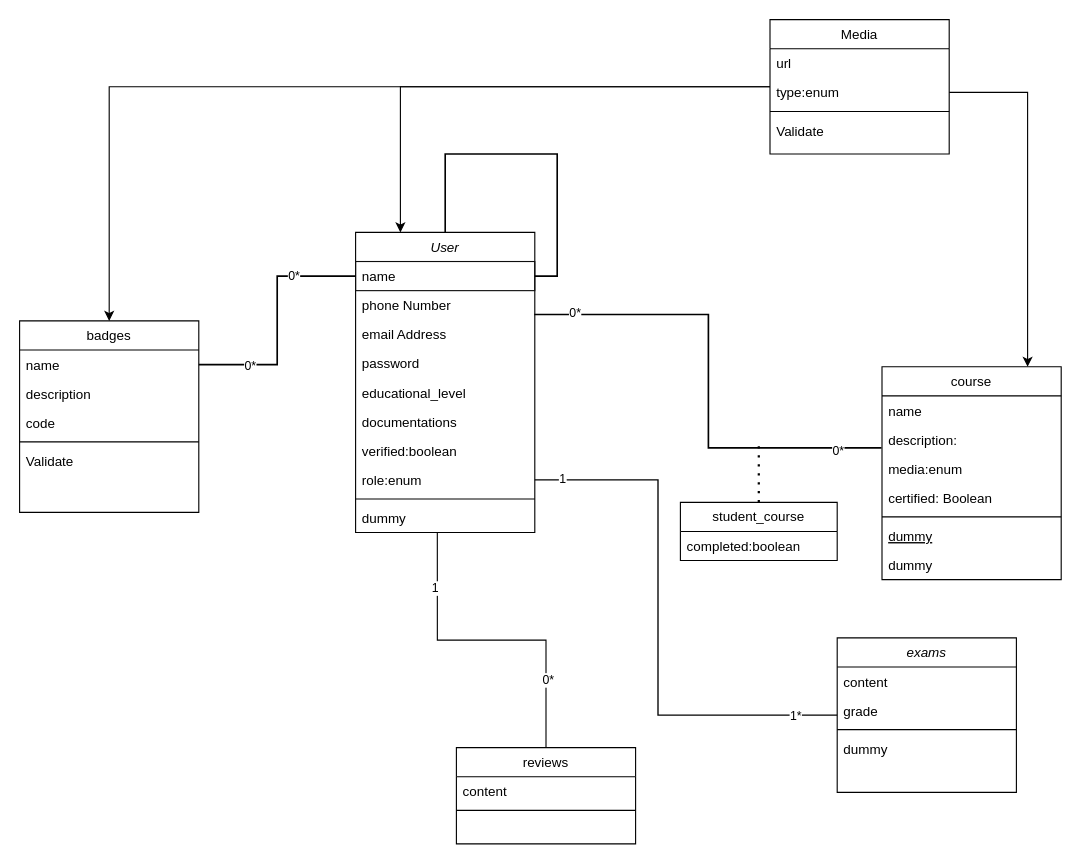
Above: class.drawio in OUMAIMAtakrour/LEARN_WITH_ME_SERVERSIDE (draw.io), before the change. Source tidied: cells renumbered, new cells numbered last; positions are measured from the earlier drawing's top-left corner, leaving out a move shared by most shapes. Both pictures are drawn from the tidied source at 112%, with x=0, y=0 at pixel (19, 19).
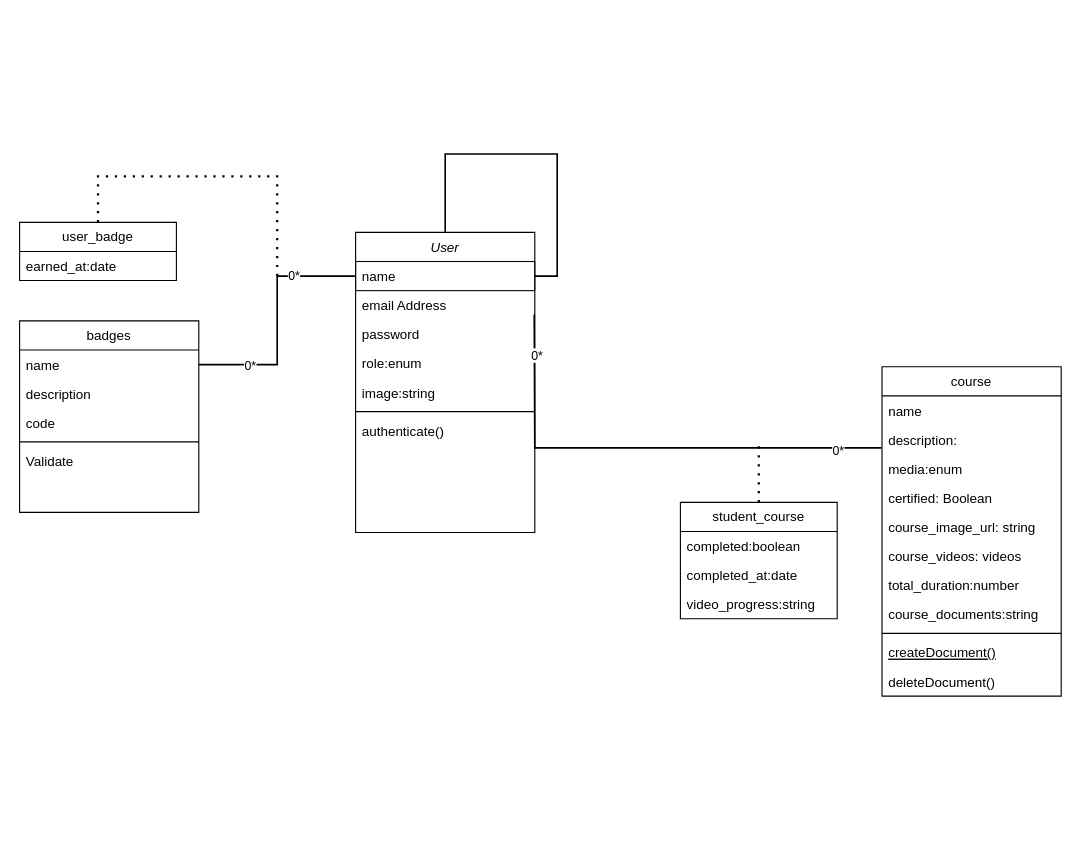
After the change.

The change refers to these unchanged cells:
```xml
<mxCell id="2" value="User" style="swimlane;fontStyle=2;align=center;verticalAlign=top;horizontal=1;startSize=26;rounded=0;shadow=0;strokeWidth=1;strokeColor=#000000;" parent="1" vertex="1">
  <mxGeometry x="300" y="190" width="160" height="268" as="geometry" />
</mxCell>
<mxCell id="16" value="description:" style="text;align=left;verticalAlign=top;spacingLeft=4;spacingRight=4;overflow=hidden;points=[[0,0.5],[1,0.5]];portConstraint=eastwest;" parent="14" vertex="1">
  <mxGeometry y="52" width="160" height="26" as="geometry" />
</mxCell>
<mxCell id="25" value="badges" style="swimlane;fontStyle=0;align=center;verticalAlign=top;horizontal=1;startSize=26;rounded=0;shadow=0;strokeWidth=1;" parent="1" vertex="1">
  <mxGeometry y="269" width="160" height="171" as="geometry" />
</mxCell>
```

Change to the diagram source:
```diff
@@
-    <mxCell id="5" value="phone Number" style="text;align=left;verticalAlign=top;spacingLeft=4;spacingRight=4;overflow=hidden;points=[[0,0.5],[1,0.5]];portConstraint=eastwest;rounded=0;shadow=0;html=0;" parent="2" vertex="1">
-      <mxGeometry y="52" width="160" height="26" as="geometry" />
-    </mxCell>
     <mxCell id="6" value="email Address" style="text;align=left;verticalAlign=top;spacingLeft=4;spacingRight=4;overflow=hidden;rounded=0;shadow=0;html=0;" parent="2" vertex="1">
-      <mxGeometry y="78" width="160" height="26" as="geometry" />
+      <mxGeometry y="52" width="160" height="26" as="geometry" />
     </mxCell>
     <mxCell id="7" value="password" style="text;align=left;verticalAlign=top;spacingLeft=4;spacingRight=4;overflow=hidden;rounded=0;shadow=0;html=0;" parent="2" vertex="1">
-      <mxGeometry y="104" width="160" height="26" as="geometry" />
+      <mxGeometry y="78" width="160" height="26" as="geometry" />
     </mxCell>
-    <mxCell id="8" value="educational_level" style="text;align=left;verticalAlign=top;spacingLeft=4;spacingRight=4;overflow=hidden;rounded=0;shadow=0;html=0;" parent="2" vertex="1">
-      <mxGeometry y="130" width="160" height="26" as="geometry" />
-    </mxCell>
-    <mxCell id="9" value="documentations" style="text;align=left;verticalAlign=top;spacingLeft=4;spacingRight=4;overflow=hidden;rounded=0;shadow=0;html=0;" parent="2" vertex="1">
-      <mxGeometry y="156" width="160" height="26" as="geometry" />
-    </mxCell>
-    <mxCell id="10" value="verified:boolean" style="text;align=left;verticalAlign=top;spacingLeft=4;spacingRight=4;overflow=hidden;rounded=0;shadow=0;html=0;" parent="2" vertex="1">
-      <mxGeometry y="182" width="160" height="26" as="geometry" />
-    </mxCell>
     <mxCell id="11" value="role:enum" style="text;align=left;verticalAlign=top;spacingLeft=4;spacingRight=4;overflow=hidden;points=[[0,0.5],[1,0.5]];portConstraint=eastwest;rounded=0;shadow=0;html=0;" parent="2" vertex="1">
-      <mxGeometry y="208" width="160" height="26" as="geometry" />
+      <mxGeometry y="104" width="160" height="26" as="geometry" />
     </mxCell>
+    <mxCell id="59" value="image:string" style="text;align=left;verticalAlign=top;spacingLeft=4;spacingRight=4;overflow=hidden;rounded=0;shadow=0;html=0;" parent="2" vertex="1">
+      <mxGeometry y="130" width="160" height="26" as="geometry" />
+    </mxCell>
     <mxCell id="12" style="line;html=1;strokeWidth=1;align=left;verticalAlign=middle;spacingTop=-1;spacingLeft=3;spacingRight=3;labelPosition=right;" parent="2" vertex="1">
-      <mxGeometry y="234" width="160" height="8" as="geometry" />
+      <mxGeometry y="156" width="160" height="8" as="geometry" />
     </mxCell>
-    <mxCell id="13" value="dummy" style="text;align=left;verticalAlign=top;spacingLeft=4;spacingRight=4;overflow=hidden;points=[[0,0.5],[1,0.5]];portConstraint=eastwest;" parent="2" vertex="1">
-      <mxGeometry y="242" width="160" height="26" as="geometry" />
+    <mxCell id="13" value="authenticate()" style="text;align=left;verticalAlign=top;spacingLeft=4;spacingRight=4;overflow=hidden;points=[[0,0.5],[1,0.5]];portConstraint=eastwest;" parent="2" vertex="1">
+      <mxGeometry y="164" width="160" height="26" as="geometry" />
     </mxCell>
     <mxCell id="14" value="course" style="swimlane;fontStyle=0;align=center;verticalAlign=top;horizontal=1;startSize=26;rounded=0;shadow=0;strokeWidth=1;" parent="1" vertex="1">
-      <mxGeometry x="770" y="310" width="160" height="190" as="geometry" />
+      <mxGeometry x="770" y="310" width="160" height="294" as="geometry" />
     </mxCell>
@@
+    <mxCell id="60" value="course_image_url: string" style="text;align=left;verticalAlign=top;spacingLeft=4;spacingRight=4;overflow=hidden;rounded=0;shadow=0;html=0;" parent="14" vertex="1">
+      <mxGeometry y="130" width="160" height="26" as="geometry" />
+    </mxCell>
+    <mxCell id="61" value="course_videos: videos" style="text;align=left;verticalAlign=top;spacingLeft=4;spacingRight=4;overflow=hidden;rounded=0;shadow=0;html=0;" parent="14" vertex="1">
+      <mxGeometry y="156" width="160" height="26" as="geometry" />
+    </mxCell>
+    <mxCell id="58" value="total_duration:number" style="text;align=left;verticalAlign=top;spacingLeft=4;spacingRight=4;overflow=hidden;rounded=0;shadow=0;html=0;" parent="14" vertex="1">
+      <mxGeometry y="182" width="160" height="26" as="geometry" />
+    </mxCell>
+    <mxCell id="62" value="course_documents:string" style="text;align=left;verticalAlign=top;spacingLeft=4;spacingRight=4;overflow=hidden;rounded=0;shadow=0;html=0;" parent="14" vertex="1">
+      <mxGeometry y="208" width="160" height="26" as="geometry" />
+    </mxCell>
     <mxCell id="19" style="line;html=1;strokeWidth=1;align=left;verticalAlign=middle;spacingTop=-1;spacingLeft=3;spacingRight=3;labelPosition=right;" parent="14" vertex="1">
-      <mxGeometry y="130" width="160" height="8" as="geometry" />
+      <mxGeometry y="234" width="160" height="8" as="geometry" />
     </mxCell>
-    <mxCell id="20" value="dummy" style="text;align=left;verticalAlign=top;spacingLeft=4;spacingRight=4;overflow=hidden;fontStyle=4;" parent="14" vertex="1">
-      <mxGeometry y="138" width="160" height="26" as="geometry" />
+    <mxCell id="20" value="createDocument()" style="text;align=left;verticalAlign=top;spacingLeft=4;spacingRight=4;overflow=hidden;fontStyle=4;" parent="14" vertex="1">
+      <mxGeometry y="242" width="160" height="26" as="geometry" />
     </mxCell>
-    <mxCell id="21" value="dummy" style="text;align=left;verticalAlign=top;spacingLeft=4;spacingRight=4;overflow=hidden;" parent="14" vertex="1">
-      <mxGeometry y="164" width="160" height="26" as="geometry" />
+    <mxCell id="21" value="deleteDocument()" style="text;align=left;verticalAlign=top;spacingLeft=4;spacingRight=4;overflow=hidden;" parent="14" vertex="1">
+      <mxGeometry y="268" width="160" height="26" as="geometry" />
     </mxCell>
-    <mxCell id="22" value="reviews" style="swimlane;fontStyle=0;align=center;verticalAlign=top;horizontal=1;startSize=26;rounded=0;shadow=0;strokeWidth=1;" parent="1" vertex="1">
-      <mxGeometry x="390" y="650" width="160" height="86" as="geometry" />
-    </mxCell>
-    <mxCell id="23" value="content" style="text;align=left;verticalAlign=top;spacingLeft=4;spacingRight=4;overflow=hidden;" parent="22" vertex="1">
-      <mxGeometry y="26" width="160" height="26" as="geometry" />
-    </mxCell>
-    <mxCell id="24" style="line;html=1;strokeWidth=1;align=left;verticalAlign=middle;spacingTop=-1;spacingLeft=3;spacingRight=3;labelPosition=right;" parent="22" vertex="1">
-      <mxGeometry y="52" width="160" height="8" as="geometry" />
-    </mxCell>
@@
-    <mxCell id="31" style="edgeStyle=elbowEdgeStyle;rounded=0;jettySize=auto;html=1;entryX=1;entryY=0.5;entryDx=0;entryDy=0;shape=link;width=0.204081632653061;" parent="1" edge="1" source="34" target="11">
-      <mxGeometry relative="1" as="geometry">
-        <Array as="points">
-          <mxPoint x="570" y="530" />
-        </Array>
-      </mxGeometry>
-    </mxCell>
-    <mxCell id="32" value="1*" style="edgeLabel;html=1;align=center;verticalAlign=middle;" parent="31" vertex="1">
-      <mxGeometry x="-0.84" relative="1" as="geometry" />
-    </mxCell>
-    <mxCell id="33" value="1" style="edgeLabel;html=1;align=center;verticalAlign=middle;" parent="31" vertex="1">
-      <mxGeometry x="0.9" y="-2" relative="1" as="geometry" />
-    </mxCell>
-    <mxCell id="34" value="exams" style="swimlane;fontStyle=2;align=center;verticalAlign=top;horizontal=1;startSize=26;rounded=0;shadow=0;strokeWidth=1;" parent="1" vertex="1">
-      <mxGeometry x="730" y="552" width="160" height="138" as="geometry" />
-    </mxCell>
-    <mxCell id="35" value="content" style="text;align=left;verticalAlign=top;spacingLeft=4;spacingRight=4;overflow=hidden;" parent="34" vertex="1">
-      <mxGeometry y="26" width="160" height="26" as="geometry" />
-    </mxCell>
-    <mxCell id="36" value="grade" style="text;align=left;verticalAlign=top;spacingLeft=4;spacingRight=4;overflow=hidden;rounded=0;shadow=0;html=0;" parent="34" vertex="1">
-      <mxGeometry y="52" width="160" height="26" as="geometry" />
-    </mxCell>
-    <mxCell id="37" style="line;html=1;strokeWidth=1;align=left;verticalAlign=middle;spacingTop=-1;spacingLeft=3;spacingRight=3;labelPosition=right;" parent="34" vertex="1">
-      <mxGeometry y="78" width="160" height="8" as="geometry" />
-    </mxCell>
-    <mxCell id="38" value="dummy" style="text;align=left;verticalAlign=top;spacingLeft=4;spacingRight=4;overflow=hidden;" parent="34" vertex="1">
-      <mxGeometry y="86" width="160" height="26" as="geometry" />
-    </mxCell>
-    <mxCell id="39" style="edgeStyle=orthogonalEdgeStyle;rounded=0;jettySize=auto;html=1;entryX=-0.003;entryY=0.783;entryDx=0;entryDy=0;shape=link;width=-0.4761904761904763;exitX=0.997;exitY=0.818;exitDx=0;exitDy=0;exitPerimeter=0;entryPerimeter=0;" parent="1" edge="1" source="5" target="16">
-      <mxGeometry relative="1" as="geometry" />
+    <mxCell id="39" style="edgeStyle=orthogonalEdgeStyle;rounded=0;jettySize=auto;html=1;entryX=-0.003;entryY=0.783;entryDx=0;entryDy=0;shape=link;width=-0.4761904761904763;exitX=0.997;exitY=0.818;exitDx=0;exitDy=0;exitPerimeter=0;entryPerimeter=0;" parent="1" edge="1" target="16">
+      <mxGeometry relative="1" as="geometry">
+        <mxPoint x="459.5" y="263.3" as="sourcePoint" />
+      </mxGeometry>
     </mxCell>
@@
     <mxCell id="45" value="student_course" style="swimlane;fontStyle=0;horizontal=1;startSize=26;fillColor=none;whiteSpace=wrap;html=1;" parent="1" vertex="1">
-      <mxGeometry x="590" y="431" width="140" height="52" as="geometry" />
+      <mxGeometry x="590" y="431" width="140" height="104" as="geometry" />
     </mxCell>
@@
+    <mxCell id="63" value="completed_at:date" style="text;strokeColor=none;fillColor=none;align=left;verticalAlign=top;spacingLeft=4;spacingRight=4;overflow=hidden;whiteSpace=wrap;html=1;" parent="45" vertex="1">
+      <mxGeometry y="52" width="140" height="26" as="geometry" />
+    </mxCell>
+    <mxCell id="64" value="video_progress:string" style="text;strokeColor=none;fillColor=none;align=left;verticalAlign=top;spacingLeft=4;spacingRight=4;overflow=hidden;whiteSpace=wrap;html=1;" parent="45" vertex="1">
+      <mxGeometry y="78" width="140" height="26" as="geometry" />
+    </mxCell>
@@
-    <mxCell id="48" style="edgeStyle=orthogonalEdgeStyle;rounded=0;jettySize=auto;html=1;exitX=0.5;exitY=0;exitDx=0;exitDy=0;entryX=0.456;entryY=0.984;entryDx=0;entryDy=0;entryPerimeter=0;shape=link;width=0;" parent="1" edge="1" source="22" target="13">
-      <mxGeometry relative="1" as="geometry" />
-    </mxCell>
-    <mxCell id="49" value="1" style="edgeLabel;html=1;align=center;verticalAlign=middle;" parent="48" vertex="1">
-      <mxGeometry x="0.66" y="2" relative="1" as="geometry" />
-    </mxCell>
-    <mxCell id="50" value="0*" style="edgeLabel;html=1;align=center;verticalAlign=middle;" parent="48" vertex="1">
-      <mxGeometry x="-0.58" y="-1" relative="1" as="geometry" />
-    </mxCell>
-    <mxCell id="51" style="edgeStyle=orthogonalEdgeStyle;rounded=0;jettySize=auto;html=1;" parent="1" edge="1" source="53" target="25">
-      <mxGeometry relative="1" as="geometry" />
-    </mxCell>
-    <mxCell id="52" style="edgeStyle=orthogonalEdgeStyle;rounded=0;jettySize=auto;html=1;entryX=0.25;entryY=0;entryDx=0;entryDy=0;" parent="1" edge="1" source="53" target="2">
-      <mxGeometry relative="1" as="geometry" />
-    </mxCell>
-    <mxCell id="53" value="Media" style="swimlane;fontStyle=0;align=center;verticalAlign=top;horizontal=1;startSize=26;rounded=0;shadow=0;strokeWidth=1;" parent="1" vertex="1">
-      <mxGeometry x="670" width="160" height="120" as="geometry" />
-    </mxCell>
-    <mxCell id="54" value="url" style="text;align=left;verticalAlign=top;spacingLeft=4;spacingRight=4;overflow=hidden;" parent="53" vertex="1">
-      <mxGeometry y="26" width="160" height="26" as="geometry" />
-    </mxCell>
-    <mxCell id="55" value="type:enum" style="text;align=left;verticalAlign=top;spacingLeft=4;spacingRight=4;overflow=hidden;points=[[0,0.5],[1,0.5]];portConstraint=eastwest;rounded=0;shadow=0;html=0;" parent="53" vertex="1">
-      <mxGeometry y="52" width="160" height="26" as="geometry" />
-    </mxCell>
-    <mxCell id="56" style="line;html=1;strokeWidth=1;align=left;verticalAlign=middle;spacingTop=-1;spacingLeft=3;spacingRight=3;labelPosition=right;" parent="53" vertex="1">
-      <mxGeometry y="78" width="160" height="8" as="geometry" />
-    </mxCell>
-    <mxCell id="57" value="Validate" style="text;align=left;verticalAlign=top;spacingLeft=4;spacingRight=4;overflow=hidden;" parent="53" vertex="1">
-      <mxGeometry y="86" width="160" height="26" as="geometry" />
-    </mxCell>
-    <mxCell id="58" style="edgeStyle=elbowEdgeStyle;rounded=0;jettySize=auto;html=1;" parent="1" edge="1" source="55">
-      <mxGeometry relative="1" as="geometry">
-        <mxPoint x="900" y="310" as="targetPoint" />
-        <Array as="points">
-          <mxPoint x="900" y="190" />
-        </Array>
-      </mxGeometry>
-    </mxCell>
+    <mxCell id="65" value="user_badge" style="swimlane;fontStyle=0;horizontal=1;startSize=26;fillColor=none;whiteSpace=wrap;html=1;" parent="1" vertex="1">
+      <mxGeometry y="181" width="140" height="52" as="geometry" />
+    </mxCell>
+    <mxCell id="66" value="earned_at:date" style="text;strokeColor=none;fillColor=none;align=left;verticalAlign=top;spacingLeft=4;spacingRight=4;overflow=hidden;whiteSpace=wrap;html=1;" parent="65" vertex="1">
+      <mxGeometry y="26" width="140" height="26" as="geometry" />
+    </mxCell>
+    <mxCell id="67" style="endArrow=none;dashed=1;html=1;dashPattern=1 3;strokeWidth=2;rounded=0;exitX=0.5;exitY=0;exitDx=0;exitDy=0;edgeStyle=elbowEdgeStyle;elbow=vertical;" parent="1" edge="1" source="65">
+      <mxGeometry relative="1" as="geometry">
+        <mxPoint x="230" y="230" as="targetPoint" />
+        <Array as="points">
+          <mxPoint x="150" y="140" />
+        </Array>
+      </mxGeometry>
+    </mxCell>
```
